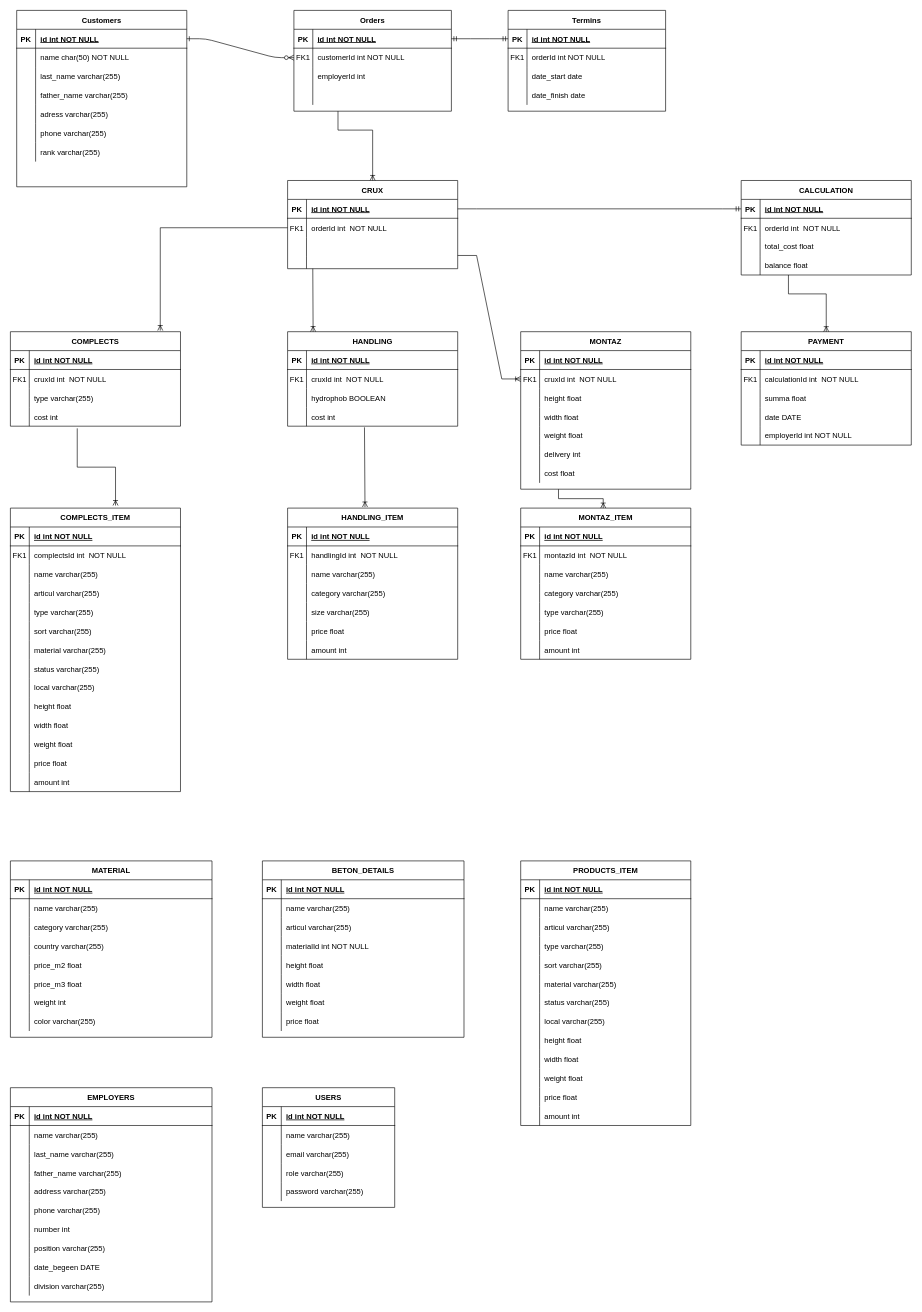
Above: page "Page-1" (1 of 2) of Untitled Diagram.drawio in Tirpitztt/Dogs (draw.io), before the change. Source tidied: cells renumbered, new cells numbered last; positions are measured from the earlier drawing's top-left corner, leaving out a move shared by most shapes. Both pictures are drawn from the tidied source at 63%, with x=0, y=0 at pixel (10, 10).
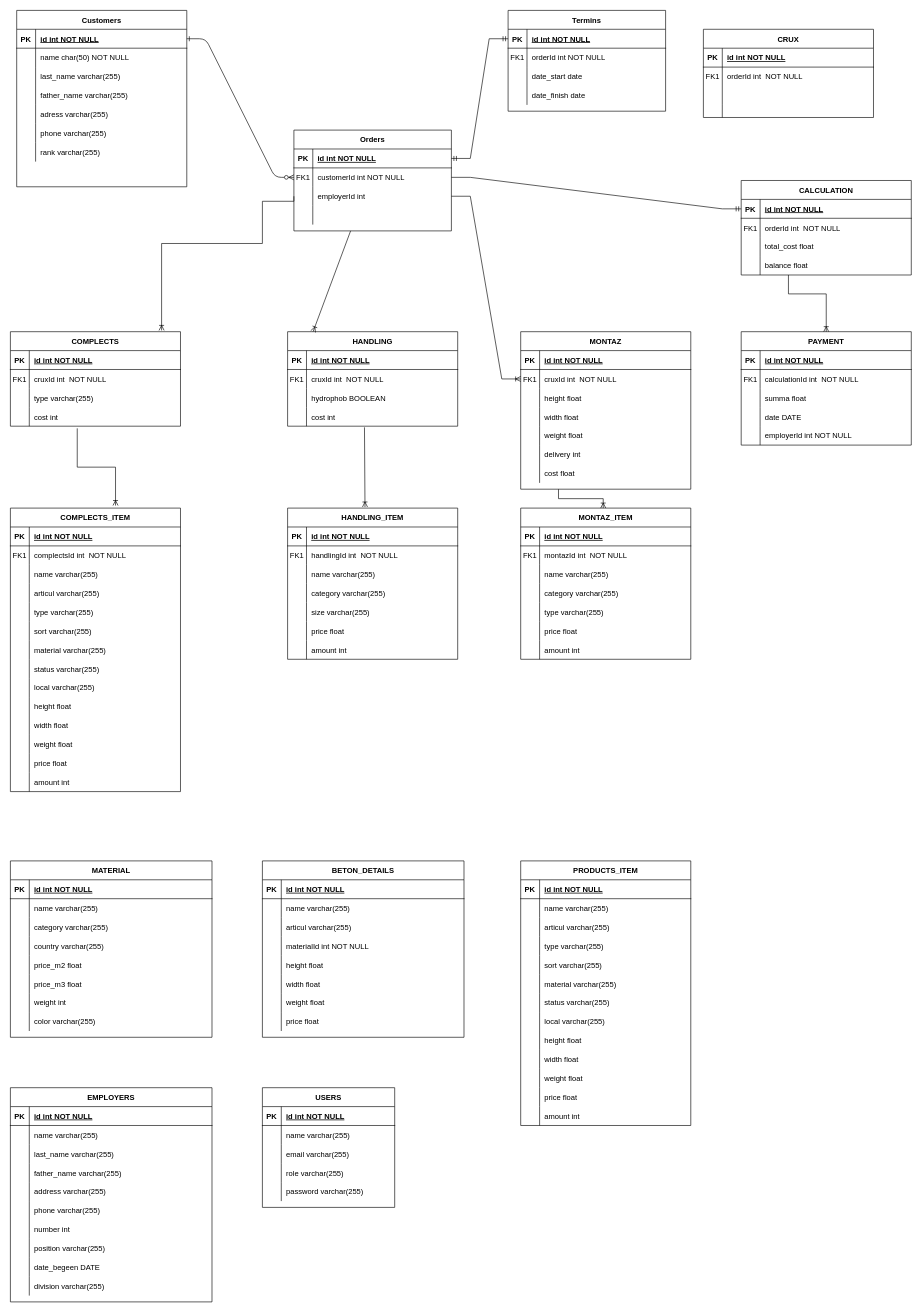
Above is the later version.

The change refers to these unchanged cells:
```xml
<mxCell id="7" style="shape=partialRectangle;fillColor=none;points=[[0,0.5],[1,0.5]];portConstraint=eastwest;top=0;left=0;right=0;bottom=0;" parent="3" vertex="1">
  <mxGeometry y="60" width="250" height="30" as="geometry" />
</mxCell>
<mxCell id="10" style="shape=partialRectangle;fillColor=none;points=[[0,0.5],[1,0.5]];portConstraint=eastwest;top=0;left=0;right=0;bottom=0;" parent="3" vertex="1">
  <mxGeometry y="90" width="250" height="30" as="geometry" />
</mxCell>
<mxCell id="52" style="shape=partialRectangle;fillColor=none;points=[[0,0.5],[1,0.5]];portConstraint=eastwest;top=0;left=0;right=0;bottom=1;" parent="51" vertex="1">
  <mxGeometry y="30" width="270" height="30" as="geometry" />
</mxCell>
<mxCell id="55" style="shape=partialRectangle;fillColor=none;points=[[0,0.5],[1,0.5]];portConstraint=eastwest;top=0;left=0;right=0;bottom=0;" parent="51" vertex="1">
  <mxGeometry y="60" width="270" height="30" as="geometry" />
</mxCell>
<mxCell id="58" style="shape=partialRectangle;fillColor=none;points=[[0,0.5],[1,0.5]];portConstraint=eastwest;top=0;left=0;right=0;bottom=0;" parent="51" vertex="1">
  <mxGeometry y="90" width="270" height="30" as="geometry" />
</mxCell>
<mxCell id="65" value="COMPLECTS" style="shape=table;startSize=30;childLayout=tableLayout;rowLines=0;fontStyle=1;align=center;" parent="1" vertex="1">
  <mxGeometry y="510" width="270" height="150" as="geometry" />
</mxCell>
<mxCell id="78" value="HANDLING" style="shape=table;startSize=30;childLayout=tableLayout;rowLines=0;fontStyle=1;align=center;" parent="1" vertex="1">
  <mxGeometry x="440" y="510" width="270" height="150" as="geometry" />
</mxCell>
<mxCell id="95" style="shape=partialRectangle;fillColor=none;points=[[0,0.5],[1,0.5]];portConstraint=eastwest;top=0;left=0;right=0;bottom=0;" parent="91" vertex="1">
  <mxGeometry y="60" width="270" height="30" as="geometry" />
</mxCell>
<mxCell id="114" style="shape=partialRectangle;fillColor=none;points=[[0,0.5],[1,0.5]];portConstraint=eastwest;top=0;left=0;right=0;bottom=1;" parent="113" vertex="1">
  <mxGeometry y="30" width="270" height="30" as="geometry" />
</mxCell>
```

The edit, as a diff of the source:
```diff
@@
     <mxCell id="3" value="Orders" style="shape=table;startSize=30;childLayout=tableLayout;rowLines=0;fontStyle=1;align=center;" parent="1" vertex="1">
-      <mxGeometry x="450" width="250" height="160" as="geometry" />
+      <mxGeometry x="450" y="190" width="250" height="160" as="geometry" />
     </mxCell>
@@
     <mxCell id="51" value="CRUX" style="shape=table;startSize=30;childLayout=tableLayout;rowLines=0;fontStyle=1;align=center;" parent="1" vertex="1">
-      <mxGeometry x="440" y="270" width="270" height="140" as="geometry" />
+      <mxGeometry x="1100" y="30" width="270" height="140" as="geometry" />
     </mxCell>
@@
-    <mxCell id="229" style="edgeStyle=entityRelationEdgeStyle;fontSize=12;html=1;endArrow=ERmandOne;rounded=0;entryX=0;entryY=0.5;entryDx=0;entryDy=0;exitX=1;exitY=0.5;exitDx=0;exitDy=0;" parent="1" edge="1" source="52" target="114">
+    <mxCell id="229" style="edgeStyle=entityRelationEdgeStyle;fontSize=12;html=1;endArrow=ERmandOne;rounded=0;entryX=0;entryY=0.5;entryDx=0;entryDy=0;exitX=1;exitY=0.5;exitDx=0;exitDy=0;" parent="1" edge="1" source="7" target="114">
       <mxGeometry relative="1" as="geometry" />
     </mxCell>
-    <mxCell id="230" style="edgeStyle=entityRelationEdgeStyle;fontSize=12;html=1;endArrow=ERoneToMany;rounded=0;entryX=0;entryY=0.5;entryDx=0;entryDy=0;exitX=1;exitY=0.967;exitDx=0;exitDy=0;exitPerimeter=0;" parent="1" edge="1" source="58" target="95">
+    <mxCell id="230" style="edgeStyle=entityRelationEdgeStyle;fontSize=12;html=1;endArrow=ERoneToMany;rounded=0;entryX=0;entryY=0.5;entryDx=0;entryDy=0;exitX=1;exitY=0.5;exitDx=0;exitDy=0;" parent="1" edge="1" source="10" target="95">
       <mxGeometry relative="1" as="geometry" />
     </mxCell>
     <mxCell id="231" style="fontSize=12;html=1;endArrow=ERoneToMany;rounded=0;entryX=0.15;entryY=-0.001;entryDx=0;entryDy=0;entryPerimeter=0;" parent="1" edge="1" target="78">
       <mxGeometry relative="1" as="geometry">
-        <mxPoint x="480" y="410" as="sourcePoint" />
+        <mxPoint x="540" y="350" as="sourcePoint" />
       </mxGeometry>
     </mxCell>
-    <mxCell id="232" style="fontSize=12;html=1;endArrow=ERoneToMany;rounded=0;entryX=0.881;entryY=-0.012;entryDx=0;entryDy=0;entryPerimeter=0;exitX=0;exitY=0.5;exitDx=0;exitDy=0;edgeStyle=orthogonalEdgeStyle;" parent="1" edge="1" source="55" target="65">
-      <mxGeometry relative="1" as="geometry" />
+    <mxCell id="232" style="fontSize=12;html=1;endArrow=ERoneToMany;rounded=0;edgeStyle=orthogonalEdgeStyle;exitX=0;exitY=0.5;exitDx=0;exitDy=0;" parent="1" edge="1" source="10">
+      <mxGeometry relative="1" as="geometry">
+        <mxPoint x="240" y="508" as="targetPoint" />
+        <Array as="points">
+          <mxPoint x="450" y="303" />
+          <mxPoint x="400" y="303" />
+          <mxPoint x="400" y="370" />
+          <mxPoint x="240" y="370" />
+        </Array>
+      </mxGeometry>
     </mxCell>
@@
-    <mxCell id="237" style="edgeStyle=elbowEdgeStyle;fontSize=12;html=1;endArrow=ERoneToMany;rounded=0;elbow=vertical;entryX=0.5;entryY=0;entryDx=0;entryDy=0;" parent="1" edge="1" target="51">
-      <mxGeometry relative="1" as="geometry">
-        <mxPoint x="520" y="160" as="sourcePoint" />
-        <Array as="points">
-          <mxPoint x="550" y="190" />
-        </Array>
-      </mxGeometry>
-    </mxCell>
```
